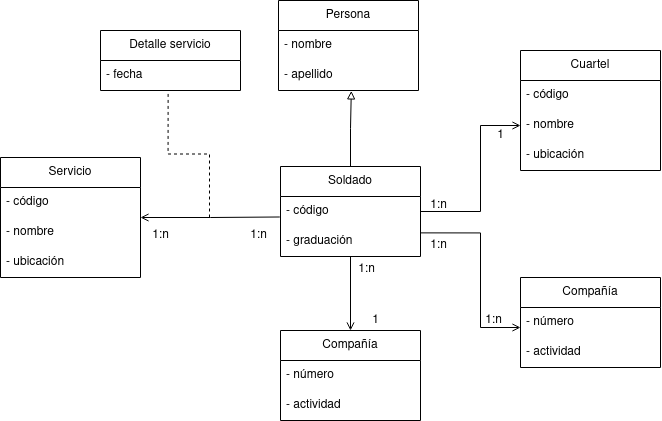
This is Tema 5. Diagramas de clase/Tarea 3. Ministerio defensa/img/MinisterioDefensa.drawio.png from colidom/ets, a draw.io export, as it was before one commit. Source tidied: cells renumbered, new cells last; positions are measured from the earlier drawing's top-left corner, leaving out a move shared by most shapes.
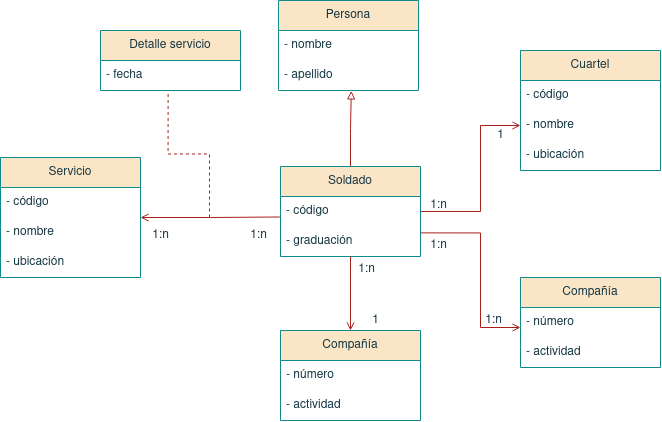
The same file after the commit.

Change to the diagram source:
```diff
@@ -2,19 +2,19 @@
   <root>
     <mxCell id="0" />
     <mxCell id="1" parent="0" />
-    <mxCell id="2" value="Persona" style="swimlane;fontStyle=0;horizontal=1;startSize=30;whiteSpace=wrap;html=1;" parent="1" vertex="1">
+    <mxCell id="2" value="Persona" style="swimlane;fontStyle=0;horizontal=1;startSize=30;whiteSpace=wrap;html=1;labelBackgroundColor=none;fillColor=#FAE5C7;strokeColor=#0F8B8D;fontColor=#143642;" parent="1" vertex="1">
       <mxGeometry x="278" width="140" height="90" as="geometry" />
     </mxCell>
-    <mxCell id="3" value="- nombre" style="text;strokeColor=none;fillColor=none;align=left;verticalAlign=middle;spacingLeft=4;spacingRight=4;overflow=hidden;whiteSpace=wrap;html=1;" parent="2" vertex="1">
+    <mxCell id="3" value="- nombre" style="text;strokeColor=none;fillColor=none;align=left;verticalAlign=middle;spacingLeft=4;spacingRight=4;overflow=hidden;whiteSpace=wrap;html=1;labelBackgroundColor=none;fontColor=#143642;" parent="2" vertex="1">
       <mxGeometry y="30" width="140" height="30" as="geometry" />
     </mxCell>
-    <mxCell id="4" value="- apellido" style="text;strokeColor=none;fillColor=none;align=left;verticalAlign=middle;spacingLeft=4;spacingRight=4;overflow=hidden;points=[[0,0.5],[1,0.5]];portConstraint=eastwest;whiteSpace=wrap;html=1;" parent="2" vertex="1">
+    <mxCell id="4" value="- apellido" style="text;strokeColor=none;fillColor=none;align=left;verticalAlign=middle;spacingLeft=4;spacingRight=4;overflow=hidden;points=[[0,0.5],[1,0.5]];portConstraint=eastwest;whiteSpace=wrap;html=1;labelBackgroundColor=none;fontColor=#143642;" parent="2" vertex="1">
       <mxGeometry y="60" width="140" height="30" as="geometry" />
     </mxCell>
-    <mxCell id="5" style="edgeStyle=orthogonalEdgeStyle;rounded=0;jettySize=auto;html=1;entryX=0.52;entryY=1.014;entryDx=0;entryDy=0;endArrow=block;endFill=0;startArrow=none;startFill=0;entryPerimeter=0;" parent="1" edge="1" source="8" target="4">
+    <mxCell id="5" style="edgeStyle=orthogonalEdgeStyle;rounded=0;jettySize=auto;html=1;entryX=0.52;entryY=1.014;entryDx=0;entryDy=0;endArrow=block;endFill=0;startArrow=none;startFill=0;entryPerimeter=0;labelBackgroundColor=none;fontColor=default;strokeColor=#A8201A;" parent="1" edge="1" source="8" target="4">
       <mxGeometry relative="1" as="geometry" />
     </mxCell>
-    <mxCell id="6" style="edgeStyle=orthogonalEdgeStyle;rounded=0;jettySize=auto;html=1;startArrow=none;startFill=0;endArrow=open;endFill=0;entryX=0;entryY=0.667;entryDx=0;entryDy=0;entryPerimeter=0;exitX=0.997;exitY=0.213;exitDx=0;exitDy=0;exitPerimeter=0;" parent="1" edge="1" source="10" target="16">
+    <mxCell id="6" style="edgeStyle=orthogonalEdgeStyle;rounded=0;jettySize=auto;html=1;startArrow=none;startFill=0;endArrow=open;endFill=0;entryX=0;entryY=0.667;entryDx=0;entryDy=0;entryPerimeter=0;exitX=0.997;exitY=0.213;exitDx=0;exitDy=0;exitPerimeter=0;labelBackgroundColor=none;fontColor=default;strokeColor=#A8201A;" parent="1" edge="1" source="10" target="16">
       <mxGeometry relative="1" as="geometry">
         <Array as="points">
           <mxPoint x="480" y="232" />
@@ -22,7 +22,7 @@
         </Array>
       </mxGeometry>
     </mxCell>
-    <mxCell id="7" style="edgeStyle=orthogonalEdgeStyle;rounded=0;jettySize=auto;html=1;startArrow=none;startFill=0;endArrow=open;endFill=0;entryX=0;entryY=0.5;entryDx=0;entryDy=0;exitX=1;exitY=0.5;exitDx=0;exitDy=0;" parent="1" edge="1" source="9" target="13">
+    <mxCell id="7" style="edgeStyle=orthogonalEdgeStyle;rounded=0;jettySize=auto;html=1;startArrow=none;startFill=0;endArrow=open;endFill=0;entryX=0;entryY=0.5;entryDx=0;entryDy=0;exitX=1;exitY=0.5;exitDx=0;exitDy=0;labelBackgroundColor=none;fontColor=default;strokeColor=#A8201A;" parent="1" edge="1" source="9" target="13">
       <mxGeometry relative="1" as="geometry">
         <Array as="points">
           <mxPoint x="480" y="211" />
@@ -30,96 +30,96 @@
         </Array>
       </mxGeometry>
     </mxCell>
-    <mxCell id="8" value="Soldado" style="swimlane;fontStyle=0;horizontal=1;startSize=30;whiteSpace=wrap;html=1;" parent="1" vertex="1">
+    <mxCell id="8" value="Soldado" style="swimlane;fontStyle=0;horizontal=1;startSize=30;whiteSpace=wrap;html=1;labelBackgroundColor=none;fillColor=#FAE5C7;strokeColor=#0F8B8D;fontColor=#143642;" parent="1" vertex="1">
       <mxGeometry x="280" y="166" width="140" height="90" as="geometry" />
     </mxCell>
-    <mxCell id="9" value="- código" style="text;strokeColor=none;fillColor=none;align=left;verticalAlign=middle;spacingLeft=4;spacingRight=4;overflow=hidden;points=[[0,0.5],[1,0.5]];portConstraint=eastwest;whiteSpace=wrap;html=1;" parent="8" vertex="1">
+    <mxCell id="9" value="- código" style="text;strokeColor=none;fillColor=none;align=left;verticalAlign=middle;spacingLeft=4;spacingRight=4;overflow=hidden;points=[[0,0.5],[1,0.5]];portConstraint=eastwest;whiteSpace=wrap;html=1;labelBackgroundColor=none;fontColor=#143642;" parent="8" vertex="1">
       <mxGeometry y="30" width="140" height="30" as="geometry" />
     </mxCell>
-    <mxCell id="10" value="- graduación" style="text;strokeColor=none;fillColor=none;align=left;verticalAlign=middle;spacingLeft=4;spacingRight=4;overflow=hidden;points=[[0,0.5],[1,0.5]];portConstraint=eastwest;whiteSpace=wrap;html=1;" parent="8" vertex="1">
+    <mxCell id="10" value="- graduación" style="text;strokeColor=none;fillColor=none;align=left;verticalAlign=middle;spacingLeft=4;spacingRight=4;overflow=hidden;points=[[0,0.5],[1,0.5]];portConstraint=eastwest;whiteSpace=wrap;html=1;labelBackgroundColor=none;fontColor=#143642;" parent="8" vertex="1">
       <mxGeometry y="60" width="140" height="30" as="geometry" />
     </mxCell>
-    <mxCell id="11" value="Cuartel" style="swimlane;fontStyle=0;horizontal=1;startSize=30;whiteSpace=wrap;html=1;" parent="1" vertex="1">
+    <mxCell id="11" value="Cuartel" style="swimlane;fontStyle=0;horizontal=1;startSize=30;whiteSpace=wrap;html=1;labelBackgroundColor=none;fillColor=#FAE5C7;strokeColor=#0F8B8D;fontColor=#143642;" parent="1" vertex="1">
       <mxGeometry x="520" y="50" width="140" height="120" as="geometry" />
     </mxCell>
-    <mxCell id="12" value="- código" style="text;strokeColor=none;fillColor=none;align=left;verticalAlign=middle;spacingLeft=4;spacingRight=4;overflow=hidden;whiteSpace=wrap;html=1;" parent="11" vertex="1">
+    <mxCell id="12" value="- código" style="text;strokeColor=none;fillColor=none;align=left;verticalAlign=middle;spacingLeft=4;spacingRight=4;overflow=hidden;whiteSpace=wrap;html=1;labelBackgroundColor=none;fontColor=#143642;" parent="11" vertex="1">
       <mxGeometry y="30" width="140" height="30" as="geometry" />
     </mxCell>
-    <mxCell id="13" value="&lt;div&gt;- nombre&lt;/div&gt;" style="text;strokeColor=none;fillColor=none;align=left;verticalAlign=middle;spacingLeft=4;spacingRight=4;overflow=hidden;points=[[0,0.5],[1,0.5]];portConstraint=eastwest;whiteSpace=wrap;html=1;" parent="11" vertex="1">
+    <mxCell id="13" value="&lt;div&gt;- nombre&lt;/div&gt;" style="text;strokeColor=none;fillColor=none;align=left;verticalAlign=middle;spacingLeft=4;spacingRight=4;overflow=hidden;points=[[0,0.5],[1,0.5]];portConstraint=eastwest;whiteSpace=wrap;html=1;labelBackgroundColor=none;fontColor=#143642;" parent="11" vertex="1">
       <mxGeometry y="60" width="140" height="30" as="geometry" />
     </mxCell>
-    <mxCell id="14" value="&lt;div&gt;- ubicación&lt;br&gt;&lt;/div&gt;" style="text;strokeColor=none;fillColor=none;align=left;verticalAlign=middle;spacingLeft=4;spacingRight=4;overflow=hidden;whiteSpace=wrap;html=1;" parent="11" vertex="1">
+    <mxCell id="14" value="&lt;div&gt;- ubicación&lt;br&gt;&lt;/div&gt;" style="text;strokeColor=none;fillColor=none;align=left;verticalAlign=middle;spacingLeft=4;spacingRight=4;overflow=hidden;whiteSpace=wrap;html=1;labelBackgroundColor=none;fontColor=#143642;" parent="11" vertex="1">
       <mxGeometry y="90" width="140" height="30" as="geometry" />
     </mxCell>
-    <mxCell id="15" value="Compañía" style="swimlane;fontStyle=0;horizontal=1;startSize=30;whiteSpace=wrap;html=1;" parent="1" vertex="1">
+    <mxCell id="15" value="Compañía" style="swimlane;fontStyle=0;horizontal=1;startSize=30;whiteSpace=wrap;html=1;labelBackgroundColor=none;fillColor=#FAE5C7;strokeColor=#0F8B8D;fontColor=#143642;" parent="1" vertex="1">
       <mxGeometry x="520" y="277" width="140" height="90" as="geometry" />
     </mxCell>
-    <mxCell id="16" value="- número" style="text;strokeColor=none;fillColor=none;align=left;verticalAlign=middle;spacingLeft=4;spacingRight=4;overflow=hidden;points=[[0,0.5],[1,0.5]];portConstraint=eastwest;whiteSpace=wrap;html=1;" parent="15" vertex="1">
+    <mxCell id="16" value="- número" style="text;strokeColor=none;fillColor=none;align=left;verticalAlign=middle;spacingLeft=4;spacingRight=4;overflow=hidden;points=[[0,0.5],[1,0.5]];portConstraint=eastwest;whiteSpace=wrap;html=1;labelBackgroundColor=none;fontColor=#143642;" parent="15" vertex="1">
       <mxGeometry y="30" width="140" height="30" as="geometry" />
     </mxCell>
-    <mxCell id="17" value="&lt;div&gt;- actividad&lt;/div&gt;" style="text;strokeColor=none;fillColor=none;align=left;verticalAlign=middle;spacingLeft=4;spacingRight=4;overflow=hidden;whiteSpace=wrap;html=1;" parent="15" vertex="1">
+    <mxCell id="17" value="&lt;div&gt;- actividad&lt;/div&gt;" style="text;strokeColor=none;fillColor=none;align=left;verticalAlign=middle;spacingLeft=4;spacingRight=4;overflow=hidden;whiteSpace=wrap;html=1;labelBackgroundColor=none;fontColor=#143642;" parent="15" vertex="1">
       <mxGeometry y="60" width="140" height="30" as="geometry" />
     </mxCell>
-    <mxCell id="18" style="edgeStyle=orthogonalEdgeStyle;rounded=0;jettySize=auto;html=1;startArrow=open;startFill=0;endArrow=none;endFill=0;entryX=-0.005;entryY=0.683;entryDx=0;entryDy=0;entryPerimeter=0;" parent="1" edge="1" source="19" target="9">
+    <mxCell id="18" style="edgeStyle=orthogonalEdgeStyle;rounded=0;jettySize=auto;html=1;startArrow=open;startFill=0;endArrow=none;endFill=0;entryX=-0.005;entryY=0.683;entryDx=0;entryDy=0;entryPerimeter=0;labelBackgroundColor=none;fontColor=default;strokeColor=#A8201A;" parent="1" edge="1" source="19" target="9">
       <mxGeometry relative="1" as="geometry" />
     </mxCell>
-    <mxCell id="19" value="Servicio" style="swimlane;fontStyle=0;horizontal=1;startSize=30;whiteSpace=wrap;html=1;" parent="1" vertex="1">
+    <mxCell id="19" value="Servicio" style="swimlane;fontStyle=0;horizontal=1;startSize=30;whiteSpace=wrap;html=1;labelBackgroundColor=none;fillColor=#FAE5C7;strokeColor=#0F8B8D;fontColor=#143642;" parent="1" vertex="1">
       <mxGeometry y="157" width="140" height="120" as="geometry" />
     </mxCell>
-    <mxCell id="20" value="- código" style="text;strokeColor=none;fillColor=none;align=left;verticalAlign=middle;spacingLeft=4;spacingRight=4;overflow=hidden;whiteSpace=wrap;html=1;" parent="19" vertex="1">
+    <mxCell id="20" value="- código" style="text;strokeColor=none;fillColor=none;align=left;verticalAlign=middle;spacingLeft=4;spacingRight=4;overflow=hidden;whiteSpace=wrap;html=1;labelBackgroundColor=none;fontColor=#143642;" parent="19" vertex="1">
       <mxGeometry y="30" width="140" height="30" as="geometry" />
     </mxCell>
-    <mxCell id="21" value="&lt;div&gt;- nombre&lt;/div&gt;" style="text;strokeColor=none;fillColor=none;align=left;verticalAlign=middle;spacingLeft=4;spacingRight=4;overflow=hidden;whiteSpace=wrap;html=1;" parent="19" vertex="1">
+    <mxCell id="21" value="&lt;div&gt;- nombre&lt;/div&gt;" style="text;strokeColor=none;fillColor=none;align=left;verticalAlign=middle;spacingLeft=4;spacingRight=4;overflow=hidden;whiteSpace=wrap;html=1;labelBackgroundColor=none;fontColor=#143642;" parent="19" vertex="1">
       <mxGeometry y="60" width="140" height="30" as="geometry" />
     </mxCell>
-    <mxCell id="22" value="&lt;div&gt;- ubicación&lt;br&gt;&lt;/div&gt;" style="text;strokeColor=none;fillColor=none;align=left;verticalAlign=middle;spacingLeft=4;spacingRight=4;overflow=hidden;whiteSpace=wrap;html=1;" parent="19" vertex="1">
+    <mxCell id="22" value="&lt;div&gt;- ubicación&lt;br&gt;&lt;/div&gt;" style="text;strokeColor=none;fillColor=none;align=left;verticalAlign=middle;spacingLeft=4;spacingRight=4;overflow=hidden;whiteSpace=wrap;html=1;labelBackgroundColor=none;fontColor=#143642;" parent="19" vertex="1">
       <mxGeometry y="90" width="140" height="30" as="geometry" />
     </mxCell>
-    <mxCell id="23" value="Compañía" style="swimlane;fontStyle=0;horizontal=1;startSize=30;whiteSpace=wrap;html=1;" parent="1" vertex="1">
+    <mxCell id="23" value="Compañía" style="swimlane;fontStyle=0;horizontal=1;startSize=30;whiteSpace=wrap;html=1;labelBackgroundColor=none;fillColor=#FAE5C7;strokeColor=#0F8B8D;fontColor=#143642;" parent="1" vertex="1">
       <mxGeometry x="280" y="330" width="140" height="90" as="geometry" />
     </mxCell>
-    <mxCell id="24" value="- número" style="text;strokeColor=none;fillColor=none;align=left;verticalAlign=middle;spacingLeft=4;spacingRight=4;overflow=hidden;whiteSpace=wrap;html=1;" parent="23" vertex="1">
+    <mxCell id="24" value="- número" style="text;strokeColor=none;fillColor=none;align=left;verticalAlign=middle;spacingLeft=4;spacingRight=4;overflow=hidden;whiteSpace=wrap;html=1;labelBackgroundColor=none;fontColor=#143642;" parent="23" vertex="1">
       <mxGeometry y="30" width="140" height="30" as="geometry" />
     </mxCell>
-    <mxCell id="25" value="&lt;div&gt;- actividad&lt;/div&gt;" style="text;strokeColor=none;fillColor=none;align=left;verticalAlign=middle;spacingLeft=4;spacingRight=4;overflow=hidden;whiteSpace=wrap;html=1;" parent="23" vertex="1">
+    <mxCell id="25" value="&lt;div&gt;- actividad&lt;/div&gt;" style="text;strokeColor=none;fillColor=none;align=left;verticalAlign=middle;spacingLeft=4;spacingRight=4;overflow=hidden;whiteSpace=wrap;html=1;labelBackgroundColor=none;fontColor=#143642;" parent="23" vertex="1">
       <mxGeometry y="60" width="140" height="30" as="geometry" />
     </mxCell>
-    <mxCell id="26" style="endArrow=none;html=1;rounded=0;entryX=0.5;entryY=1;entryDx=0;entryDy=0;exitX=0.5;exitY=0;exitDx=0;exitDy=0;endFill=0;startArrow=open;startFill=0;" parent="1" edge="1" source="23" target="8">
+    <mxCell id="26" style="endArrow=none;html=1;rounded=0;entryX=0.5;entryY=1;entryDx=0;entryDy=0;exitX=0.5;exitY=0;exitDx=0;exitDy=0;endFill=0;startArrow=open;startFill=0;labelBackgroundColor=none;fontColor=default;strokeColor=#A8201A;" parent="1" edge="1" source="23" target="8">
       <mxGeometry relative="1" as="geometry" />
     </mxCell>
-    <mxCell id="27" value="Detalle servicio" style="swimlane;fontStyle=0;horizontal=1;startSize=30;whiteSpace=wrap;html=1;" parent="1" vertex="1">
+    <mxCell id="27" value="Detalle servicio" style="swimlane;fontStyle=0;horizontal=1;startSize=30;whiteSpace=wrap;html=1;labelBackgroundColor=none;fillColor=#FAE5C7;strokeColor=#0F8B8D;fontColor=#143642;" parent="1" vertex="1">
       <mxGeometry x="100" y="30" width="140" height="60" as="geometry" />
     </mxCell>
-    <mxCell id="28" value="- fecha" style="text;strokeColor=none;fillColor=none;align=left;verticalAlign=middle;spacingLeft=4;spacingRight=4;overflow=hidden;points=[[0,0.5],[1,0.5]];portConstraint=eastwest;whiteSpace=wrap;html=1;" parent="27" vertex="1">
+    <mxCell id="28" value="- fecha" style="text;strokeColor=none;fillColor=none;align=left;verticalAlign=middle;spacingLeft=4;spacingRight=4;overflow=hidden;points=[[0,0.5],[1,0.5]];portConstraint=eastwest;whiteSpace=wrap;html=1;labelBackgroundColor=none;fontColor=#143642;" parent="27" vertex="1">
       <mxGeometry y="30" width="140" height="30" as="geometry" />
     </mxCell>
-    <mxCell id="29" style="endArrow=none;html=1;rounded=0;dashed=1;strokeColor=default;endFill=0;entryX=0.483;entryY=1.016;entryDx=0;entryDy=0;entryPerimeter=0;edgeStyle=orthogonalEdgeStyle;" parent="1" edge="1" target="28">
+    <mxCell id="29" style="endArrow=none;html=1;rounded=0;dashed=1;endFill=0;entryX=0.483;entryY=1.016;entryDx=0;entryDy=0;entryPerimeter=0;edgeStyle=orthogonalEdgeStyle;labelBackgroundColor=none;fontColor=default;strokeColor=#A8201A;" parent="1" edge="1" target="28">
       <mxGeometry relative="1" as="geometry">
         <mxPoint x="209" y="217" as="sourcePoint" />
       </mxGeometry>
     </mxCell>
-    <mxCell id="30" value="1:n" style="text;html=1;align=center;verticalAlign=middle;strokeColor=none;fillColor=none;" parent="1" vertex="1">
+    <mxCell id="30" value="1:n" style="text;html=1;align=center;verticalAlign=middle;strokeColor=none;fillColor=none;labelBackgroundColor=none;fontColor=#143642;" parent="1" vertex="1">
       <mxGeometry x="418" y="230" width="40" height="30" as="geometry" />
     </mxCell>
-    <mxCell id="31" value="1:n" style="text;html=1;align=center;verticalAlign=middle;strokeColor=none;fillColor=none;" parent="1" vertex="1">
+    <mxCell id="31" value="1:n" style="text;html=1;align=center;verticalAlign=middle;strokeColor=none;fillColor=none;labelBackgroundColor=none;fontColor=#143642;" parent="1" vertex="1">
       <mxGeometry x="473" y="305" width="40" height="30" as="geometry" />
     </mxCell>
-    <mxCell id="32" value="1:n" style="text;html=1;align=center;verticalAlign=middle;strokeColor=none;fillColor=none;" parent="1" vertex="1">
+    <mxCell id="32" value="1:n" style="text;html=1;align=center;verticalAlign=middle;strokeColor=none;fillColor=none;labelBackgroundColor=none;fontColor=#143642;" parent="1" vertex="1">
       <mxGeometry x="418" y="190" width="40" height="30" as="geometry" />
     </mxCell>
-    <mxCell id="33" value="1" style="text;html=1;align=center;verticalAlign=middle;strokeColor=none;fillColor=none;" parent="1" vertex="1">
+    <mxCell id="33" value="1" style="text;html=1;align=center;verticalAlign=middle;strokeColor=none;fillColor=none;labelBackgroundColor=none;fontColor=#143642;" parent="1" vertex="1">
       <mxGeometry x="485" y="120" width="30" height="30" as="geometry" />
     </mxCell>
-    <mxCell id="34" value="1" style="text;html=1;align=center;verticalAlign=middle;strokeColor=none;fillColor=none;" parent="1" vertex="1">
+    <mxCell id="34" value="1" style="text;html=1;align=center;verticalAlign=middle;strokeColor=none;fillColor=none;labelBackgroundColor=none;fontColor=#143642;" parent="1" vertex="1">
       <mxGeometry x="360" y="305" width="30" height="30" as="geometry" />
     </mxCell>
-    <mxCell id="35" value="1:n" style="text;html=1;align=center;verticalAlign=middle;strokeColor=none;fillColor=none;" parent="1" vertex="1">
+    <mxCell id="35" value="1:n" style="text;html=1;align=center;verticalAlign=middle;strokeColor=none;fillColor=none;labelBackgroundColor=none;fontColor=#143642;" parent="1" vertex="1">
       <mxGeometry x="346" y="254" width="40" height="30" as="geometry" />
     </mxCell>
-    <mxCell id="36" value="1:n" style="text;html=1;align=center;verticalAlign=middle;strokeColor=none;fillColor=none;" parent="1" vertex="1">
+    <mxCell id="36" value="1:n" style="text;html=1;align=center;verticalAlign=middle;strokeColor=none;fillColor=none;labelBackgroundColor=none;fontColor=#143642;" parent="1" vertex="1">
       <mxGeometry x="238" y="220" width="40" height="30" as="geometry" />
     </mxCell>
-    <mxCell id="37" value="1:n" style="text;html=1;align=center;verticalAlign=middle;strokeColor=none;fillColor=none;" parent="1" vertex="1">
+    <mxCell id="37" value="1:n" style="text;html=1;align=center;verticalAlign=middle;strokeColor=none;fillColor=none;labelBackgroundColor=none;fontColor=#143642;" parent="1" vertex="1">
       <mxGeometry x="140" y="220" width="40" height="30" as="geometry" />
     </mxCell>
   </root>
```
